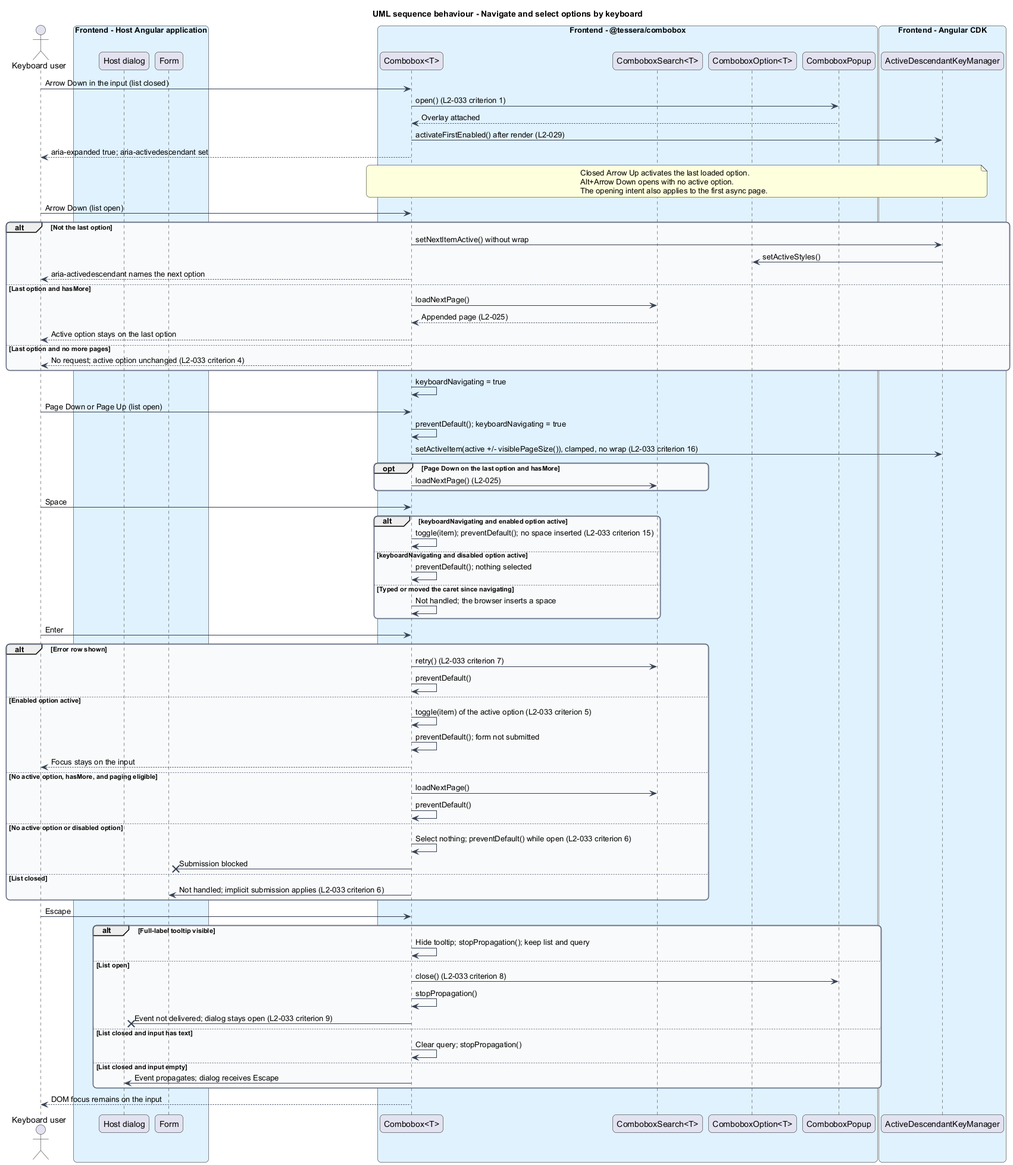
Earlier version of the PlantUML export docs/detailed-designs/combobox/operate-by-keyboard/diagrams/sequence-navigate-options.png (QuinntyneBrown/Tessera).
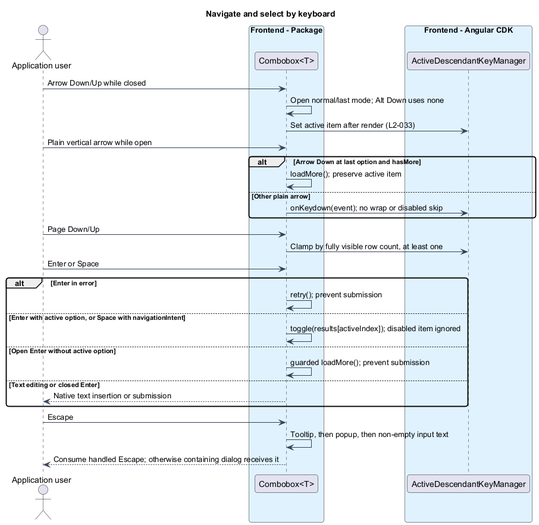
After the change.

What changed in the source:
```diff
@@ -1,105 +1,46 @@
 @startuml
-title UML sequence behaviour - Navigate and select options by keyboard
 skinparam backgroundColor #FFFFFF
 skinparam shadowing false
-skinparam roundcorner 12
+skinparam roundcorner 8
 skinparam defaultFontName Arial
 skinparam ArrowColor #344054
-skinparam rectangle {
+skinparam class {
   BorderColor #344054
-  FontColor #101828
-}
-skinparam package {
-  BorderColor #667085
   FontColor #101828
   BackgroundColor #F9FAFB
 }
-actor "Keyboard user" as user
-box "Frontend - Host Angular application" #E0F2FE
-  participant "Host dialog" as dialog
-  participant "Form" as form
-end box
-box "Frontend - @tessera/combobox" #E0F2FE
-  participant "Combobox<T>" as combobox
-  participant "ComboboxSearch<T>" as search
-  participant "ComboboxOption<T>" as option
-  participant "ComboboxPopup" as popup
+title Navigate and select by keyboard
+actor "Application user" as user
+box "Frontend - Package" #E0F2FE
+  participant "Combobox<T>" as cb
 end box
 box "Frontend - Angular CDK" #E0F2FE
-  participant "ActiveDescendantKeyManager" as manager
+  participant "ActiveDescendantKeyManager" as keys
 end box
 
-user -> combobox : Arrow Down in the input (list closed)
-combobox -> popup : open() (L2-033 criterion 1)
-popup --> combobox : Overlay attached
-combobox -> manager : activateFirstEnabled() after render (L2-029)
-combobox --> user : aria-expanded true; aria-activedescendant set
 
-note over combobox, manager
-  Closed Arrow Up activates the last loaded option.
-  Alt+Arrow Down opens with no active option.
-  The opening intent also applies to the first async page.
-end note
-
-user -> combobox : Arrow Down (list open)
-alt Not the last option
-  combobox -> manager : setNextItemActive() without wrap
-  manager -> option : setActiveStyles()
-  combobox --> user : aria-activedescendant names the next option
-else Last option and hasMore
-  combobox -> search : loadNextPage()
-  search --> combobox : Appended page (L2-025)
-  combobox --> user : Active option stays on the last option
-else Last option and no more pages
-  combobox --> user : No request; active option unchanged (L2-033 criterion 4)
+user -> cb : Arrow Down/Up while closed
+cb -> cb : Open normal/last mode; Alt Down uses none
+cb -> keys : Set active item after render (L2-033)
+user -> cb : Plain vertical arrow while open
+alt Arrow Down at last option and hasMore
+  cb -> cb : loadMore(); preserve active item
+else Other plain arrow
+  cb -> keys : onKeydown(event); no wrap or disabled skip
 end
-combobox -> combobox : keyboardNavigating = true
-
-user -> combobox : Page Down or Page Up (list open)
-combobox -> combobox : preventDefault(); keyboardNavigating = true
-combobox -> manager : setActiveItem(active +/- visiblePageSize()), clamped, no wrap (L2-033 criterion 16)
-opt Page Down on the last option and hasMore
-  combobox -> search : loadNextPage() (L2-025)
+user -> cb : Page Down/Up
+cb -> keys : Clamp by fully visible row count, at least one
+user -> cb : Enter or Space
+alt Enter in error
+  cb -> cb : retry(); prevent submission
+else Enter with active option, or Space with navigationIntent
+  cb -> cb : toggle(results[activeIndex]); disabled item ignored
+else Open Enter without active option
+  cb -> cb : guarded loadMore(); prevent submission
+else Text editing or closed Enter
+  cb --> user : Native text insertion or submission
 end
-
-user -> combobox : Space
-alt keyboardNavigating and enabled option active
-  combobox -> combobox : toggle(item); preventDefault(); no space inserted (L2-033 criterion 15)
-else keyboardNavigating and disabled option active
-  combobox -> combobox : preventDefault(); nothing selected
-else Typed or moved the caret since navigating
-  combobox -> combobox : Not handled; the browser inserts a space
-end
-
-user -> combobox : Enter
-alt Error row shown
-  combobox -> search : retry() (L2-033 criterion 7)
-  combobox -> combobox : preventDefault()
-else Enabled option active
-  combobox -> combobox : toggle(item) of the active option (L2-033 criterion 5)
-  combobox -> combobox : preventDefault(); form not submitted
-  combobox --> user : Focus stays on the input
-else No active option, hasMore, and paging eligible
-  combobox -> search : loadNextPage()
-  combobox -> combobox : preventDefault()
-else No active option or disabled option
-  combobox -> combobox : Select nothing; preventDefault() while open (L2-033 criterion 6)
-  combobox -x form : Submission blocked
-else List closed
-  combobox -> form : Not handled; implicit submission applies (L2-033 criterion 6)
-end
-
-user -> combobox : Escape
-alt Full-label tooltip visible
-  combobox -> combobox : Hide tooltip; stopPropagation(); keep list and query
-else List open
-  combobox -> popup : close() (L2-033 criterion 8)
-  combobox -> combobox : stopPropagation()
-  combobox -x dialog : Event not delivered; dialog stays open (L2-033 criterion 9)
-else List closed and input has text
-  combobox -> combobox : Clear query; stopPropagation()
-else List closed and input empty
-  combobox -> dialog : Event propagates; dialog receives Escape
-end
-combobox --> user : DOM focus remains on the input
+user -> cb : Escape
+cb -> cb : Tooltip, then popup, then non-empty input text
+cb --> user : Consume handled Escape; otherwise containing dialog receives it
 @enduml
```
